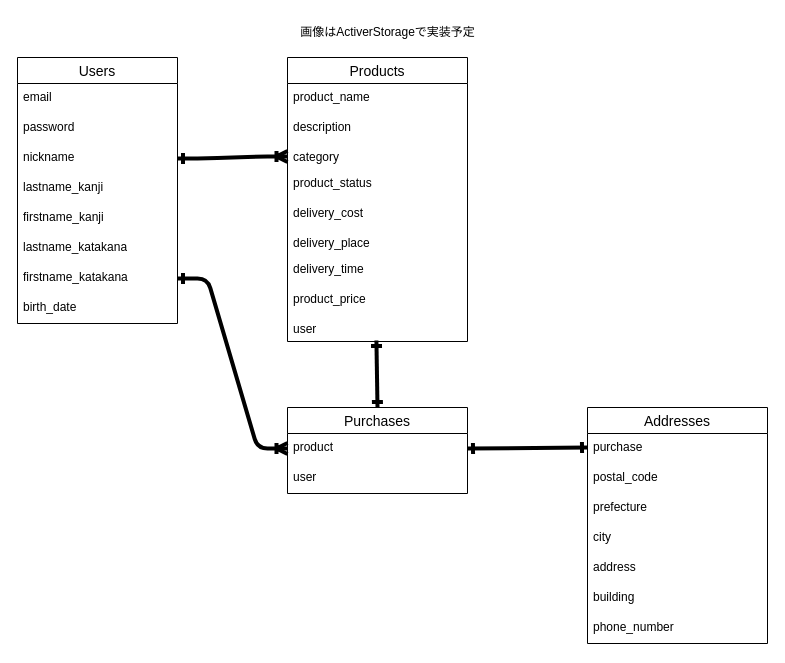
The draw.io diagram ER.dio in tuckriver/furima-46646, before the edit. Source tidied: cells renumbered, new cells numbered last; positions are measured from the earlier drawing's top-left corner, leaving out a move shared by most shapes. Both pictures are drawn from the tidied source at 100%, with x=0, y=0 at pixel (17, 17).
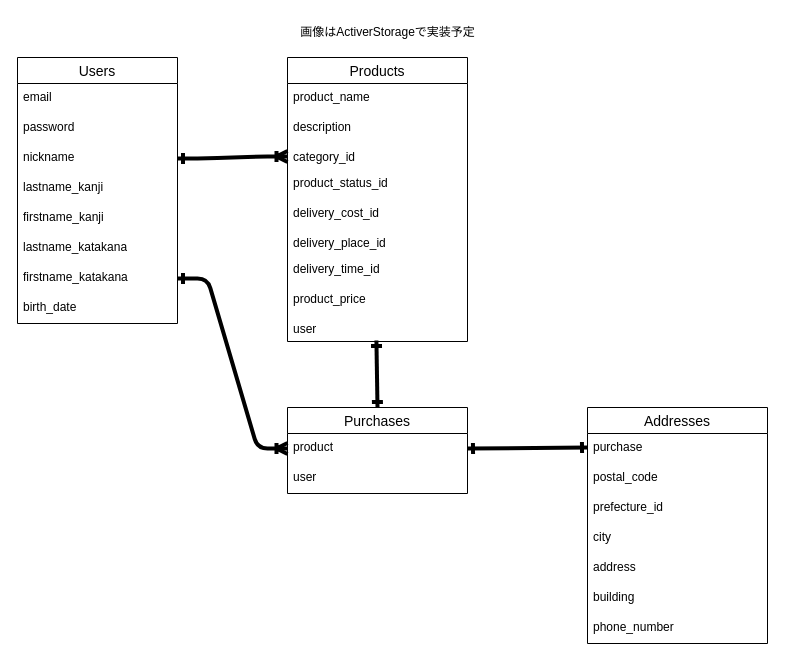
After the change.

Commit message (it also covers changes not shown here):
README・ER図の修正3

Unchanged cells that the change refers to:
```xml
<mxCell id="11" value="Products" style="swimlane;fontStyle=0;horizontal=1;startSize=26;align=center;fontSize=14;" parent="1" vertex="1">
  <mxGeometry x="270" y="40" width="180" height="284" as="geometry" />
</mxCell>
<mxCell id="25" value="Addresses" style="swimlane;fontStyle=0;horizontal=1;startSize=26;align=center;fontSize=14;" parent="1" vertex="1">
  <mxGeometry x="570" y="390" width="180" height="236" as="geometry" />
</mxCell>
```

Change to the diagram source:
```diff
@@
-    <mxCell id="14" value="category" style="text;strokeColor=none;fillColor=none;spacingLeft=4;spacingRight=4;overflow=hidden;points=[[0,0.5],[1,0.5]];portConstraint=eastwest;fontSize=12;whiteSpace=wrap;html=1;" parent="11" vertex="1">
+    <mxCell id="14" value="category_id" style="text;strokeColor=none;fillColor=none;spacingLeft=4;spacingRight=4;overflow=hidden;points=[[0,0.5],[1,0.5]];portConstraint=eastwest;fontSize=12;whiteSpace=wrap;html=1;" parent="11" vertex="1">
       <mxGeometry y="86" width="180" height="26" as="geometry" />
     </mxCell>
-    <mxCell id="15" value="product_status" style="text;strokeColor=none;fillColor=none;spacingLeft=4;spacingRight=4;overflow=hidden;fontSize=12;whiteSpace=wrap;html=1;" parent="11" vertex="1">
+    <mxCell id="15" value="product_status_id" style="text;strokeColor=none;fillColor=none;spacingLeft=4;spacingRight=4;overflow=hidden;fontSize=12;whiteSpace=wrap;html=1;" parent="11" vertex="1">
       <mxGeometry y="112" width="180" height="30" as="geometry" />
     </mxCell>
-    <mxCell id="16" value="delivery_cost" style="text;strokeColor=none;fillColor=none;spacingLeft=4;spacingRight=4;overflow=hidden;fontSize=12;whiteSpace=wrap;html=1;" parent="11" vertex="1">
+    <mxCell id="16" value="delivery_cost_id" style="text;strokeColor=none;fillColor=none;spacingLeft=4;spacingRight=4;overflow=hidden;fontSize=12;whiteSpace=wrap;html=1;" parent="11" vertex="1">
       <mxGeometry y="142" width="180" height="30" as="geometry" />
     </mxCell>
-    <mxCell id="17" value="delivery_place" style="text;strokeColor=none;fillColor=none;spacingLeft=4;spacingRight=4;overflow=hidden;fontSize=12;whiteSpace=wrap;html=1;" parent="11" vertex="1">
+    <mxCell id="17" value="delivery_place_id" style="text;strokeColor=none;fillColor=none;spacingLeft=4;spacingRight=4;overflow=hidden;fontSize=12;whiteSpace=wrap;html=1;" parent="11" vertex="1">
       <mxGeometry y="172" width="180" height="26" as="geometry" />
     </mxCell>
-    <mxCell id="18" value="delivery_time" style="text;strokeColor=none;fillColor=none;spacingLeft=4;spacingRight=4;overflow=hidden;fontSize=12;whiteSpace=wrap;html=1;" parent="11" vertex="1">
+    <mxCell id="18" value="delivery_time_id" style="text;strokeColor=none;fillColor=none;spacingLeft=4;spacingRight=4;overflow=hidden;fontSize=12;whiteSpace=wrap;html=1;" parent="11" vertex="1">
       <mxGeometry y="198" width="180" height="30" as="geometry" />
     </mxCell>
@@
-    <mxCell id="28" value="prefecture" style="text;strokeColor=none;fillColor=none;spacingLeft=4;spacingRight=4;overflow=hidden;fontSize=12;whiteSpace=wrap;html=1;" parent="25" vertex="1">
+    <mxCell id="28" value="prefecture_id" style="text;strokeColor=none;fillColor=none;spacingLeft=4;spacingRight=4;overflow=hidden;fontSize=12;whiteSpace=wrap;html=1;" parent="25" vertex="1">
       <mxGeometry y="86" width="180" height="30" as="geometry" />
     </mxCell>
```
